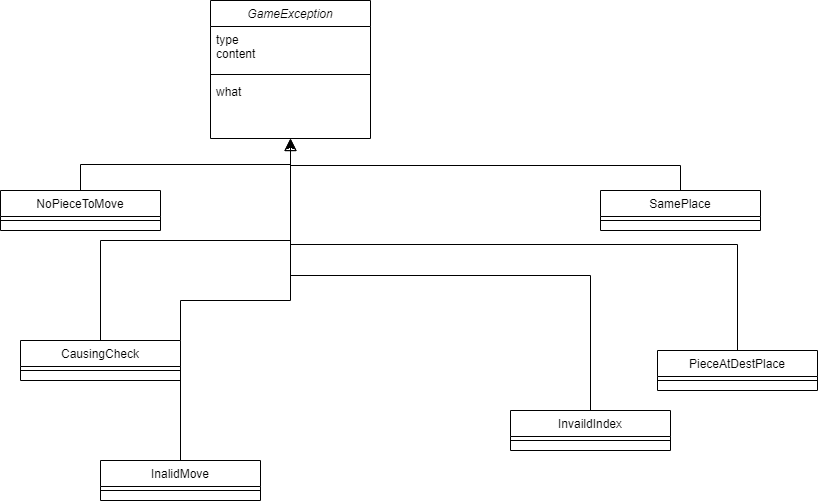
linoyazdi/Chess-project keeps this draw.io diagram as Exceptions Classes.png. Above is the earlier version. Source tidied: cells renumbered, new cells last; positions are measured from the earlier drawing's top-left corner, leaving out a move shared by most shapes.
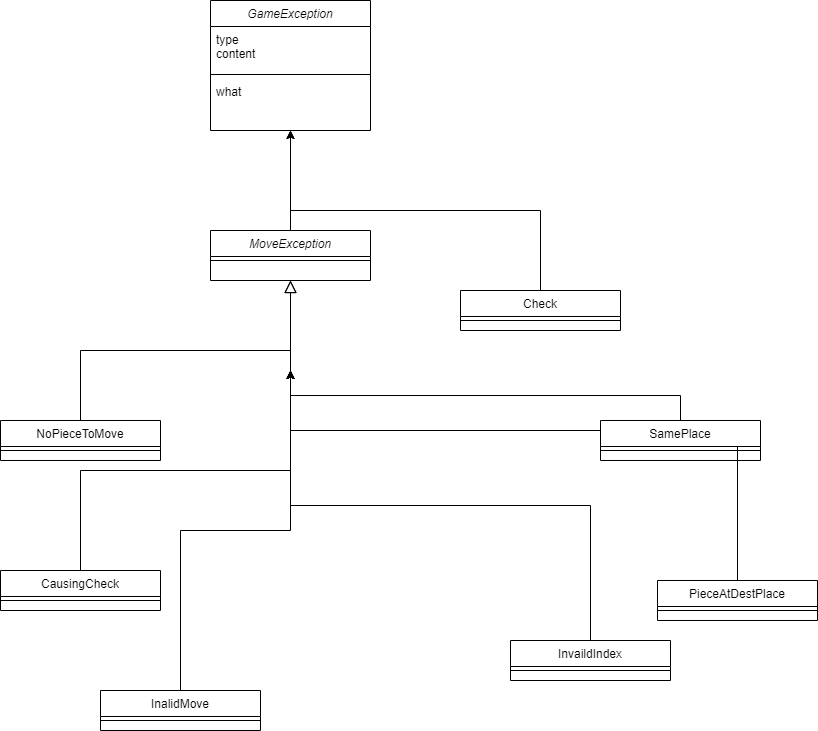
Above is the later version.

Diff of the diagram source:
```diff
@@ -2,18 +2,15 @@
   <root>
     <mxCell id="0" />
     <mxCell id="1" parent="0" />
+    <mxCell id="24" style="edgeStyle=orthogonalEdgeStyle;rounded=0;jettySize=auto;html=1;exitX=0.5;exitY=0;exitDx=0;exitDy=0;entryX=0.5;entryY=1;entryDx=0;entryDy=0;" parent="1" edge="1" source="2" target="28">
+      <mxGeometry relative="1" as="geometry" />
+    </mxCell>
-    <mxCell id="2" value="GameException" style="swimlane;fontStyle=2;align=center;verticalAlign=top;horizontal=1;startSize=26;rounded=0;shadow=0;strokeWidth=1;" parent="1" vertex="1">
-      <mxGeometry x="210" width="160" height="138" as="geometry" />
+    <mxCell id="2" value="MoveException" style="swimlane;fontStyle=2;align=center;verticalAlign=top;horizontal=1;startSize=26;rounded=0;shadow=0;strokeWidth=1;" parent="1" vertex="1">
+      <mxGeometry x="210" width="160" height="50" as="geometry" />
     </mxCell>
-    <mxCell id="3" value="type&#10;content" style="text;align=left;verticalAlign=top;spacingLeft=4;spacingRight=4;overflow=hidden;" parent="2" vertex="1">
-      <mxGeometry y="26" width="160" height="44" as="geometry" />
-    </mxCell>
     <mxCell id="4" style="line;html=1;strokeWidth=1;align=left;verticalAlign=middle;spacingTop=-1;spacingLeft=3;spacingRight=3;labelPosition=right;" parent="2" vertex="1">
-      <mxGeometry y="70" width="160" height="8" as="geometry" />
+      <mxGeometry y="26" width="160" height="8" as="geometry" />
     </mxCell>
-    <mxCell id="5" value="what" style="text;align=left;verticalAlign=top;spacingLeft=4;spacingRight=4;overflow=hidden;" parent="2" vertex="1">
-      <mxGeometry y="78" width="160" height="26" as="geometry" />
-    </mxCell>
     <mxCell id="6" value="NoPieceToMove" style="swimlane;fontStyle=0;align=center;verticalAlign=top;horizontal=1;startSize=26;rounded=0;shadow=0;strokeWidth=1;" parent="1" vertex="1">
       <mxGeometry y="190" width="160" height="40" as="geometry" />
     </mxCell>
@@ -60,7 +57,7 @@
       </mxGeometry>
     </mxCell>
     <mxCell id="19" value="CausingCheck" style="swimlane;fontStyle=0;align=center;verticalAlign=top;horizontal=1;startSize=26;rounded=0;shadow=0;strokeWidth=1;" parent="1" vertex="1">
-      <mxGeometry x="20" y="340" width="160" height="40" as="geometry" />
+      <mxGeometry y="340" width="160" height="40" as="geometry" />
     </mxCell>
     <mxCell id="20" style="line;html=1;strokeWidth=1;align=left;verticalAlign=middle;spacingTop=-1;spacingLeft=3;spacingRight=3;labelPosition=right;" parent="19" vertex="1">
       <mxGeometry y="26" width="160" height="8" as="geometry" />
@@ -76,5 +73,26 @@
     <mxCell id="23" style="line;html=1;strokeWidth=1;align=left;verticalAlign=middle;spacingTop=-1;spacingLeft=3;spacingRight=3;labelPosition=right;" parent="22" vertex="1">
       <mxGeometry y="26" width="160" height="8" as="geometry" />
     </mxCell>
+    <mxCell id="25" style="edgeStyle=orthogonalEdgeStyle;rounded=0;jettySize=auto;html=1;exitX=0.5;exitY=0;exitDx=0;exitDy=0;entryX=0.5;entryY=1;entryDx=0;entryDy=0;" parent="1" edge="1" source="26" target="28">
+      <mxGeometry relative="1" as="geometry" />
+    </mxCell>
+    <mxCell id="26" value="Check" style="swimlane;fontStyle=0;align=center;verticalAlign=top;horizontal=1;startSize=26;rounded=0;shadow=0;strokeWidth=1;" parent="1" vertex="1">
+      <mxGeometry x="460" y="60" width="160" height="40" as="geometry" />
+    </mxCell>
+    <mxCell id="27" style="line;html=1;strokeWidth=1;align=left;verticalAlign=middle;spacingTop=-1;spacingLeft=3;spacingRight=3;labelPosition=right;" parent="26" vertex="1">
+      <mxGeometry y="26" width="160" height="8" as="geometry" />
+    </mxCell>
+    <mxCell id="28" value="GameException" style="swimlane;fontStyle=2;align=center;verticalAlign=top;horizontal=1;startSize=26;rounded=0;shadow=0;strokeWidth=1;" parent="1" vertex="1">
+      <mxGeometry x="210" y="-230" width="160" height="130" as="geometry" />
+    </mxCell>
+    <mxCell id="3" value="type&#10;content" style="text;align=left;verticalAlign=top;spacingLeft=4;spacingRight=4;overflow=hidden;" parent="28" vertex="1">
+      <mxGeometry y="26" width="160" height="44" as="geometry" />
+    </mxCell>
+    <mxCell id="29" style="line;html=1;strokeWidth=1;align=left;verticalAlign=middle;spacingTop=-1;spacingLeft=3;spacingRight=3;labelPosition=right;" parent="28" vertex="1">
+      <mxGeometry y="70" width="160" height="8" as="geometry" />
+    </mxCell>
+    <mxCell id="5" value="what" style="text;align=left;verticalAlign=top;spacingLeft=4;spacingRight=4;overflow=hidden;" parent="28" vertex="1">
+      <mxGeometry y="78" width="160" height="26" as="geometry" />
+    </mxCell>
   </root>
 </mxGraphModel>
```
